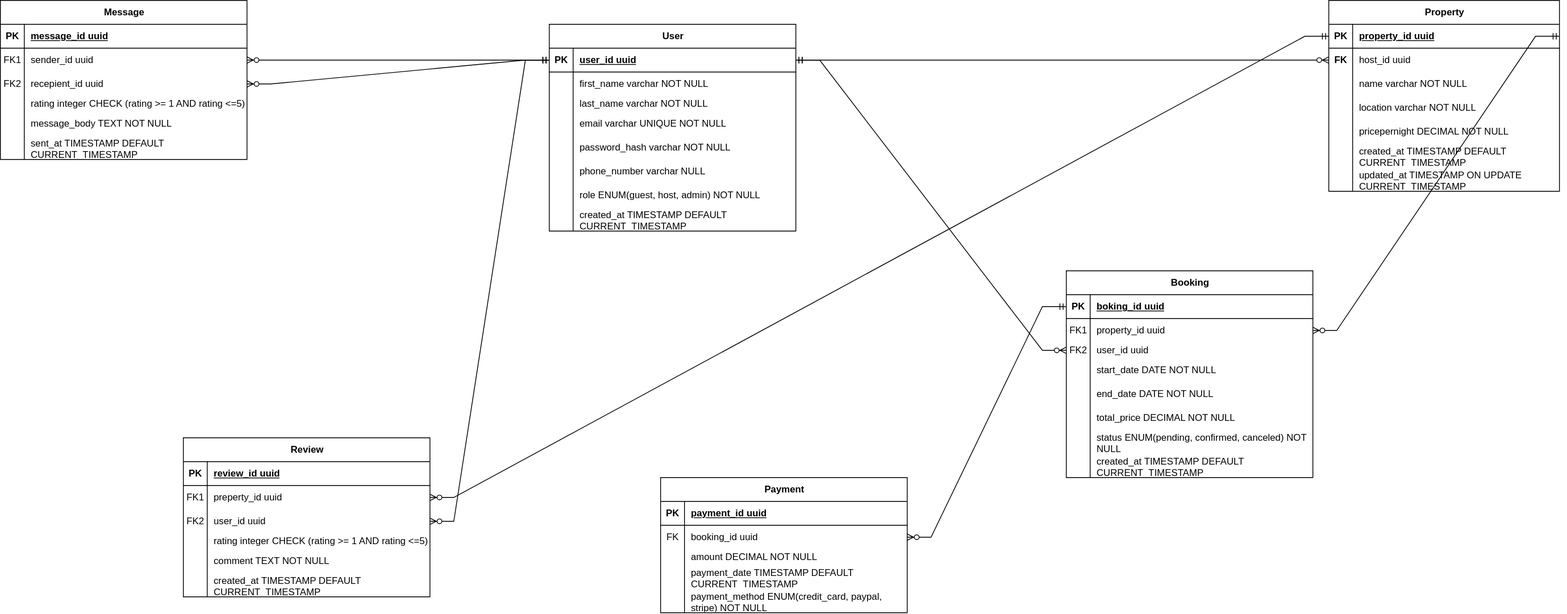
Earlier version of the draw.io export ERD/airbnb_erd.svg (abduRahman49/alx-airbnb-database). Source tidied: cells renumbered, new cells last; positions are measured from the earlier drawing's top-left corner, leaving out a move shared by most shapes.
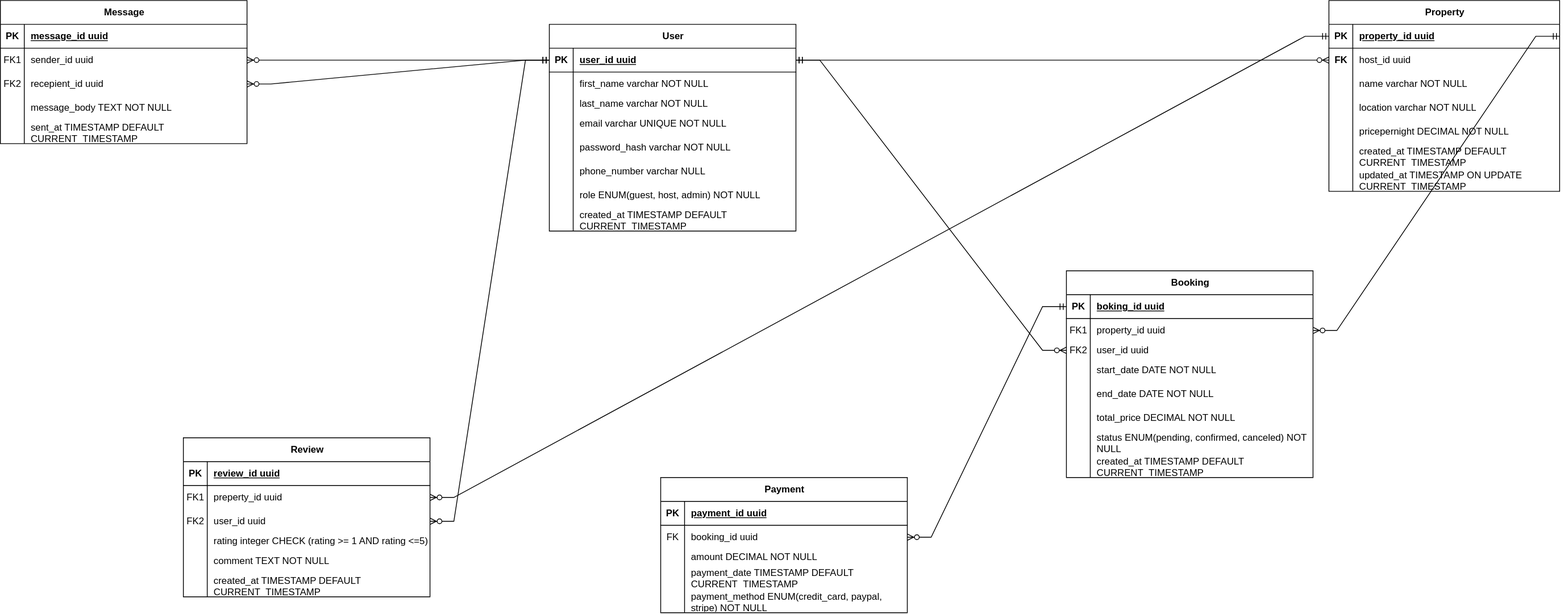
The same diagram one commit later.

Change to the diagram source:
```diff
@@ -360,7 +360,7 @@
       <mxGeometry x="30" width="280" height="30" as="geometry" />
     </mxCell>
     <mxCell id="114" value="Message" style="shape=table;startSize=30;rowLines=0;fontStyle=1;align=center;html=1;" parent="1" vertex="1">
-      <mxGeometry width="310" height="200" as="geometry" />
+      <mxGeometry width="310" height="180" as="geometry" />
     </mxCell>
     <mxCell id="115" style="shape=tableRow;horizontal=0;startSize=0;swimlaneHead=0;swimlaneBody=0;fillColor=none;top=0;left=0;right=0;bottom=1;" parent="114" vertex="1">
       <mxGeometry y="30" width="310" height="30" as="geometry" />
@@ -389,17 +389,8 @@
     <mxCell id="123" value="recepient_id uuid" style="shape=partialRectangle;fillColor=none;top=0;left=0;bottom=0;right=0;align=left;spacingLeft=6;overflow=hidden;whiteSpace=wrap;html=1;" parent="121" vertex="1">
       <mxGeometry x="30" width="280" height="30" as="geometry" />
     </mxCell>
-    <mxCell id="124" style="shape=tableRow;horizontal=0;startSize=0;swimlaneHead=0;swimlaneBody=0;fillColor=none;top=0;left=0;right=0;bottom=0;" parent="114" vertex="1">
-      <mxGeometry y="120" width="310" height="20" as="geometry" />
-    </mxCell>
-    <mxCell id="125" style="shape=partialRectangle;fillColor=none;top=0;left=0;bottom=0;right=0;overflow=hidden;whiteSpace=wrap;html=1;" parent="124" vertex="1">
-      <mxGeometry width="30" height="20" as="geometry" />
-    </mxCell>
-    <mxCell id="126" value="rating integer CHECK (rating &amp;gt;= 1 AND rating &amp;lt;=5) NOT NULL" style="shape=partialRectangle;fillColor=none;top=0;left=0;bottom=0;right=0;align=left;spacingLeft=6;overflow=hidden;whiteSpace=wrap;html=1;" parent="124" vertex="1">
-      <mxGeometry x="30" width="280" height="20" as="geometry" />
-    </mxCell>
     <mxCell id="127" style="shape=tableRow;horizontal=0;startSize=0;swimlaneHead=0;swimlaneBody=0;fillColor=none;top=0;left=0;right=0;bottom=0;" parent="114" vertex="1">
-      <mxGeometry y="140" width="310" height="30" as="geometry" />
+      <mxGeometry y="120" width="310" height="30" as="geometry" />
     </mxCell>
     <mxCell id="128" style="shape=partialRectangle;fillColor=none;top=0;left=0;bottom=0;right=0;overflow=hidden;whiteSpace=wrap;html=1;" parent="127" vertex="1">
       <mxGeometry width="30" height="30" as="geometry" />
@@ -408,7 +399,7 @@
       <mxGeometry x="30" width="280" height="30" as="geometry" />
     </mxCell>
     <mxCell id="130" style="shape=tableRow;horizontal=0;startSize=0;swimlaneHead=0;swimlaneBody=0;fillColor=none;top=0;left=0;right=0;bottom=0;" parent="114" vertex="1">
-      <mxGeometry y="170" width="310" height="30" as="geometry" />
+      <mxGeometry y="150" width="310" height="30" as="geometry" />
     </mxCell>
     <mxCell id="131" style="shape=partialRectangle;fillColor=none;top=0;left=0;bottom=0;right=0;overflow=hidden;whiteSpace=wrap;html=1;" parent="130" vertex="1">
       <mxGeometry width="30" height="30" as="geometry" />
```
